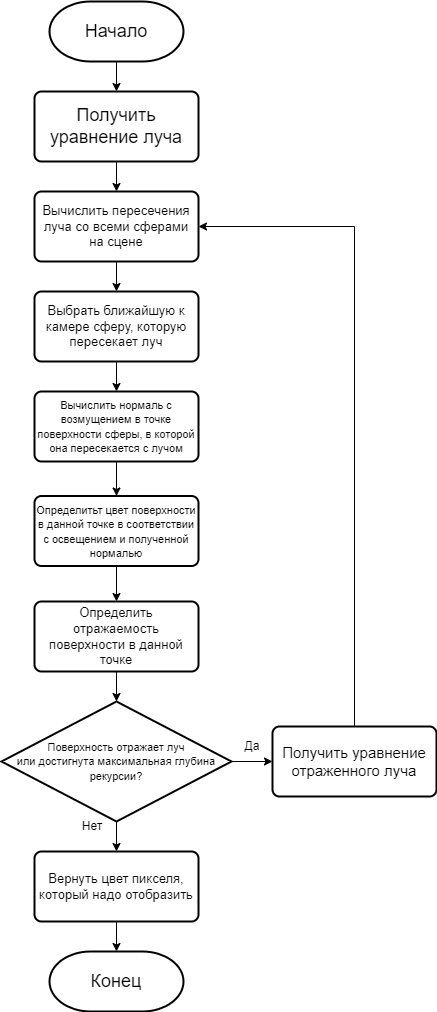
Earlier version of the draw.io export report/include/2-10.drawio.png (ooosae/BMSTU-5-CG). Source tidied: cells renumbered, new cells last; positions are measured from the earlier drawing's top-left corner, leaving out a move shared by most shapes.
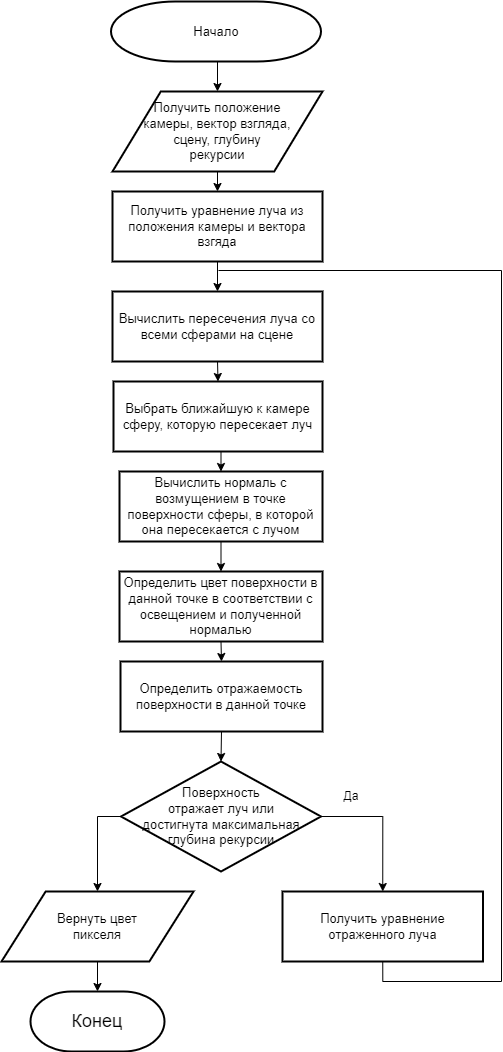
After the change.

Change to the diagram source:
```diff
@@ -2,77 +2,87 @@
   <root>
     <mxCell id="0" />
     <mxCell id="1" parent="0" />
-    <mxCell id="2" style="edgeStyle=orthogonalEdgeStyle;rounded=0;jettySize=auto;html=1;exitX=0.5;exitY=1;exitDx=0;exitDy=0;exitPerimeter=0;" parent="1" edge="1" source="3" target="5">
-      <mxGeometry relative="1" as="geometry" />
-    </mxCell>
+    <mxCell id="26" style="edgeStyle=orthogonalEdgeStyle;rounded=0;jettySize=auto;html=1;exitX=0.5;exitY=1;exitDx=0;exitDy=0;exitPerimeter=0;entryX=0.5;entryY=0;entryDx=0;entryDy=0;" parent="1" edge="1" source="3" target="28">
+      <mxGeometry relative="1" as="geometry" />
+    </mxCell>
-    <mxCell id="3" value="&lt;font style=&quot;font-size: 18px;&quot;&gt;Начало&lt;/font&gt;" style="strokeWidth=2;html=1;shape=mxgraph.flowchart.terminator;whiteSpace=wrap;" parent="1" vertex="1">
-      <mxGeometry x="48" width="134" height="60" as="geometry" />
+    <mxCell id="3" value="&lt;font style=&quot;font-size: 13px;&quot;&gt;Начало&lt;/font&gt;" style="strokeWidth=2;html=1;shape=mxgraph.flowchart.terminator;whiteSpace=wrap;" parent="1" vertex="1">
+      <mxGeometry x="10.5" y="-130" width="210" height="60" as="geometry" />
     </mxCell>
     <mxCell id="4" style="edgeStyle=orthogonalEdgeStyle;rounded=0;jettySize=auto;html=1;exitX=0.5;exitY=1;exitDx=0;exitDy=0;entryX=0.5;entryY=0;entryDx=0;entryDy=0;" parent="1" edge="1" source="5" target="7">
       <mxGeometry relative="1" as="geometry" />
     </mxCell>
-    <mxCell id="5" value="&lt;font style=&quot;font-size: 18px;&quot;&gt;Получить уравнение луча&lt;/font&gt;" style="rounded=1;whiteSpace=wrap;html=1;absoluteArcSize=1;arcSize=14;strokeWidth=2;" parent="1" vertex="1">
-      <mxGeometry x="33" y="90" width="164" height="70" as="geometry" />
+    <mxCell id="5" value="&lt;font style=&quot;font-size: 13px;&quot;&gt;Получить уравнение луча из положения камеры и вектора взгяда&lt;/font&gt;" style="rounded=0;whiteSpace=wrap;html=1;absoluteArcSize=1;arcSize=14;strokeWidth=2;" parent="1" vertex="1">
+      <mxGeometry x="12" y="60" width="210" height="70" as="geometry" />
     </mxCell>
     <mxCell id="6" style="edgeStyle=orthogonalEdgeStyle;rounded=0;jettySize=auto;html=1;exitX=0.5;exitY=1;exitDx=0;exitDy=0;entryX=0.5;entryY=0;entryDx=0;entryDy=0;" parent="1" edge="1" source="7" target="9">
       <mxGeometry relative="1" as="geometry" />
     </mxCell>
-    <mxCell id="7" value="&lt;font style=&quot;font-size: 13px;&quot;&gt;Вычислить пересечения луча со всеми сферами на сцене&lt;/font&gt;" style="rounded=1;whiteSpace=wrap;html=1;absoluteArcSize=1;arcSize=14;strokeWidth=2;" parent="1" vertex="1">
-      <mxGeometry x="33" y="190" width="164" height="70" as="geometry" />
+    <mxCell id="7" value="&lt;font style=&quot;font-size: 13px;&quot;&gt;Вычислить пересечения луча со всеми сферами на сцене&lt;/font&gt;" style="rounded=0;whiteSpace=wrap;html=1;absoluteArcSize=1;arcSize=14;strokeWidth=2;" parent="1" vertex="1">
+      <mxGeometry x="12" y="160" width="210" height="70" as="geometry" />
     </mxCell>
     <mxCell id="8" style="edgeStyle=orthogonalEdgeStyle;rounded=0;jettySize=auto;html=1;exitX=0.5;exitY=1;exitDx=0;exitDy=0;entryX=0.5;entryY=0;entryDx=0;entryDy=0;" parent="1" edge="1" source="9" target="11">
       <mxGeometry relative="1" as="geometry" />
     </mxCell>
-    <mxCell id="9" value="&lt;font style=&quot;font-size: 13px;&quot;&gt;Выбрать ближайшую к камере сферу, которую пересекает луч&lt;/font&gt;" style="rounded=1;whiteSpace=wrap;html=1;absoluteArcSize=1;arcSize=14;strokeWidth=2;" parent="1" vertex="1">
-      <mxGeometry x="33" y="290" width="164" height="70" as="geometry" />
+    <mxCell id="9" value="&lt;font style=&quot;font-size: 13px;&quot;&gt;Выбрать ближайшую к камере сферу, которую пересекает луч&lt;/font&gt;" style="rounded=0;whiteSpace=wrap;html=1;absoluteArcSize=1;arcSize=14;strokeWidth=2;" parent="1" vertex="1">
+      <mxGeometry x="13" y="250" width="209" height="70" as="geometry" />
     </mxCell>
     <mxCell id="10" style="edgeStyle=orthogonalEdgeStyle;rounded=0;jettySize=auto;html=1;exitX=0.5;exitY=1;exitDx=0;exitDy=0;entryX=0.5;entryY=0;entryDx=0;entryDy=0;" parent="1" edge="1" source="11" target="13">
       <mxGeometry relative="1" as="geometry" />
     </mxCell>
-    <mxCell id="11" value="&lt;font style=&quot;font-size: 11px;&quot;&gt;Вычислить нормаль с возмущением в точке поверхности сферы, в которой она пересекается с лучом&lt;/font&gt;" style="rounded=1;whiteSpace=wrap;html=1;absoluteArcSize=1;arcSize=14;strokeWidth=2;" parent="1" vertex="1">
-      <mxGeometry x="33" y="390" width="164" height="70" as="geometry" />
+    <mxCell id="11" value="&lt;font style=&quot;font-size: 13px;&quot;&gt;Вычислить нормаль с возмущением в точке поверхности сферы, в которой она пересекается с лучом&lt;/font&gt;" style="rounded=0;whiteSpace=wrap;html=1;absoluteArcSize=1;arcSize=14;strokeWidth=2;" parent="1" vertex="1">
+      <mxGeometry x="19" y="340" width="203" height="70" as="geometry" />
     </mxCell>
     <mxCell id="12" style="edgeStyle=orthogonalEdgeStyle;rounded=0;jettySize=auto;html=1;exitX=0.5;exitY=1;exitDx=0;exitDy=0;entryX=0.5;entryY=0;entryDx=0;entryDy=0;" parent="1" edge="1" source="13" target="14">
       <mxGeometry relative="1" as="geometry" />
     </mxCell>
-    <mxCell id="13" value="&lt;font style=&quot;font-size: 11px;&quot;&gt;Определитьт цвет поверхности в данной точке в соответствии с освещением и полученной нормалью&lt;/font&gt;" style="rounded=1;whiteSpace=wrap;html=1;absoluteArcSize=1;arcSize=14;strokeWidth=2;" parent="1" vertex="1">
-      <mxGeometry x="33" y="494.5" width="164" height="70" as="geometry" />
+    <mxCell id="13" value="&lt;font style=&quot;font-size: 13px;&quot;&gt;Определить цвет поверхности в данной точке в соответствии с освещением и полученной нормалью&lt;/font&gt;" style="rounded=0;whiteSpace=wrap;html=1;absoluteArcSize=1;arcSize=14;strokeWidth=2;" parent="1" vertex="1">
+      <mxGeometry x="19" y="440" width="203" height="70" as="geometry" />
     </mxCell>
-    <mxCell id="14" value="&lt;font style=&quot;font-size: 13px;&quot;&gt;Определить отражаемость поверхности в данной точке&lt;/font&gt;" style="rounded=1;whiteSpace=wrap;html=1;absoluteArcSize=1;arcSize=14;strokeWidth=2;" parent="1" vertex="1">
-      <mxGeometry x="33" y="600" width="164" height="70" as="geometry" />
+    <mxCell id="14" value="&lt;font style=&quot;font-size: 13px;&quot;&gt;Определить отражаемость поверхности в данной точке&lt;/font&gt;" style="rounded=0;whiteSpace=wrap;html=1;absoluteArcSize=1;arcSize=14;strokeWidth=2;" parent="1" vertex="1">
+      <mxGeometry x="20" y="530" width="202" height="70" as="geometry" />
     </mxCell>
-    <mxCell id="15" style="edgeStyle=orthogonalEdgeStyle;rounded=0;jettySize=auto;html=1;exitX=1;exitY=0.5;exitDx=0;exitDy=0;exitPerimeter=0;entryX=0;entryY=0.5;entryDx=0;entryDy=0;" parent="1" edge="1" source="17" target="22">
+    <mxCell id="15" style="edgeStyle=orthogonalEdgeStyle;rounded=0;jettySize=auto;html=1;exitX=1;exitY=0.5;exitDx=0;exitDy=0;exitPerimeter=0;entryX=0.5;entryY=0;entryDx=0;entryDy=0;" parent="1" edge="1" source="17" target="22">
       <mxGeometry relative="1" as="geometry" />
     </mxCell>
-    <mxCell id="16" style="edgeStyle=orthogonalEdgeStyle;rounded=0;jettySize=auto;html=1;exitX=0.5;exitY=1;exitDx=0;exitDy=0;exitPerimeter=0;entryX=0.5;entryY=0;entryDx=0;entryDy=0;" parent="1" edge="1" source="17" target="19">
+    <mxCell id="16" style="edgeStyle=orthogonalEdgeStyle;rounded=0;jettySize=auto;html=1;exitX=0;exitY=0.5;exitDx=0;exitDy=0;exitPerimeter=0;entryX=0.5;entryY=0;entryDx=0;entryDy=0;" parent="1" edge="1" source="17" target="29">
       <mxGeometry relative="1" as="geometry" />
     </mxCell>
-    <mxCell id="17" value="&lt;font style=&quot;font-size: 11px;&quot;&gt;Поверхность отражает луч&lt;/font&gt;&lt;div&gt;&lt;font style=&quot;font-size: 11px;&quot;&gt;или достигнута максимальная глубина рекурсии?&lt;/font&gt;&lt;/div&gt;" style="strokeWidth=2;html=1;shape=mxgraph.flowchart.decision;whiteSpace=wrap;" parent="1" vertex="1">
-      <mxGeometry y="700" width="230" height="120" as="geometry" />
+    <mxCell id="17" value="&lt;font style=&quot;font-size: 13px;&quot;&gt;Поверхность&lt;/font&gt;&lt;div&gt;&lt;font style=&quot;font-size: 13px;&quot;&gt;отражает&amp;nbsp;&lt;/font&gt;&lt;font style=&quot;background-color: initial; font-size: 13px;&quot;&gt;луч&amp;nbsp;&lt;/font&gt;&lt;span style=&quot;background-color: initial; font-size: 13px;&quot;&gt;или&lt;/span&gt;&lt;/div&gt;&lt;div&gt;&lt;span style=&quot;background-color: initial; font-size: 13px;&quot;&gt;достигнута&amp;nbsp;&lt;/span&gt;&lt;span style=&quot;font-size: 13px; background-color: initial;&quot;&gt;максимальная глубина&amp;nbsp;&lt;/span&gt;&lt;span style=&quot;font-size: 13px; background-color: initial;&quot;&gt;рекурсии&lt;/span&gt;&lt;/div&gt;" style="strokeWidth=2;html=1;shape=mxgraph.flowchart.decision;whiteSpace=wrap;" parent="1" vertex="1">
+      <mxGeometry x="20.5" y="630" width="200" height="110" as="geometry" />
     </mxCell>
-    <mxCell id="18" style="edgeStyle=orthogonalEdgeStyle;rounded=0;jettySize=auto;html=1;" parent="1" edge="1" source="19" target="20">
-      <mxGeometry relative="1" as="geometry" />
-    </mxCell>
-    <mxCell id="19" value="&lt;font style=&quot;font-size: 13px;&quot;&gt;Вернуть цвет пикселя, который надо отобразить&lt;/font&gt;" style="rounded=1;whiteSpace=wrap;html=1;absoluteArcSize=1;arcSize=14;strokeWidth=2;" parent="1" vertex="1">
-      <mxGeometry x="33" y="850" width="164" height="70" as="geometry" />
-    </mxCell>
     <mxCell id="20" value="&lt;font style=&quot;font-size: 18px;&quot;&gt;Конец&lt;/font&gt;" style="strokeWidth=2;html=1;shape=mxgraph.flowchart.terminator;whiteSpace=wrap;" parent="1" vertex="1">
-      <mxGeometry x="48" y="950" width="134" height="60" as="geometry" />
+      <mxGeometry x="-70" y="860" width="134" height="60" as="geometry" />
     </mxCell>
-    <mxCell id="21" style="edgeStyle=orthogonalEdgeStyle;rounded=0;jettySize=auto;html=1;exitX=0.5;exitY=0;exitDx=0;exitDy=0;entryX=1;entryY=0.5;entryDx=0;entryDy=0;" parent="1" edge="1" source="22" target="7">
-      <mxGeometry relative="1" as="geometry" />
-    </mxCell>
-    <mxCell id="22" value="&lt;font style=&quot;font-size: 15px;&quot;&gt;Получить уравнение отраженного луча&lt;/font&gt;" style="rounded=1;whiteSpace=wrap;html=1;absoluteArcSize=1;arcSize=14;strokeWidth=2;" parent="1" vertex="1">
-      <mxGeometry x="271" y="725" width="164" height="70" as="geometry" />
+    <mxCell id="22" value="&lt;font style=&quot;font-size: 13px;&quot;&gt;Получить уравнение отраженного луча&lt;/font&gt;" style="rounded=0;whiteSpace=wrap;html=1;absoluteArcSize=1;arcSize=14;strokeWidth=2;" parent="1" vertex="1">
+      <mxGeometry x="182" y="760" width="200.5" height="70" as="geometry" />
     </mxCell>
     <mxCell id="23" style="edgeStyle=orthogonalEdgeStyle;rounded=0;jettySize=auto;html=1;exitX=0.5;exitY=1;exitDx=0;exitDy=0;entryX=0.5;entryY=0;entryDx=0;entryDy=0;entryPerimeter=0;" parent="1" edge="1" source="14" target="17">
       <mxGeometry relative="1" as="geometry" />
     </mxCell>
     <mxCell id="24" value="Да" style="text;html=1;align=center;verticalAlign=middle;whiteSpace=wrap;rounded=0;" parent="1" vertex="1">
-      <mxGeometry x="221" y="730" width="60" height="30" as="geometry" />
+      <mxGeometry x="220.5" y="650" width="60" height="30" as="geometry" />
     </mxCell>
-    <mxCell id="25" value="Нет" style="text;html=1;align=center;verticalAlign=middle;whiteSpace=wrap;rounded=0;" parent="1" vertex="1">
-      <mxGeometry x="61" y="810" width="60" height="30" as="geometry" />
-    </mxCell>
+    <mxCell id="27" style="edgeStyle=orthogonalEdgeStyle;rounded=0;jettySize=auto;html=1;exitX=0.5;exitY=1;exitDx=0;exitDy=0;entryX=0.5;entryY=0;entryDx=0;entryDy=0;" parent="1" edge="1" source="28" target="5">
+      <mxGeometry relative="1" as="geometry" />
+    </mxCell>
+    <mxCell id="28" value="&lt;font style=&quot;font-size: 13px;&quot;&gt;Получить положение&lt;/font&gt;&lt;div&gt;&lt;font style=&quot;font-size: 13px;&quot;&gt;камеры,&amp;nbsp;&lt;/font&gt;&lt;span style=&quot;font-size: 13px; background-color: initial;&quot;&gt;вектор взгляда,&lt;/span&gt;&lt;/div&gt;&lt;div&gt;&lt;span style=&quot;font-size: 13px; background-color: initial;&quot;&gt;сцену,&amp;nbsp;&lt;/span&gt;&lt;span style=&quot;font-size: 13px; background-color: initial;&quot;&gt;глубину&lt;/span&gt;&lt;/div&gt;&lt;div&gt;&lt;span style=&quot;font-size: 13px; background-color: initial;&quot;&gt;рекурсии&lt;/span&gt;&lt;/div&gt;" style="shape=parallelogram;html=1;strokeWidth=2;perimeter=parallelogramPerimeter;whiteSpace=wrap;rounded=0;arcSize=12;size=0.23;" parent="1" vertex="1">
+      <mxGeometry x="12" y="-40" width="210" height="80" as="geometry" />
+    </mxCell>
+    <mxCell id="29" value="&lt;div&gt;&lt;span style=&quot;font-size: 13px;&quot;&gt;Вернуть цвет&lt;/span&gt;&lt;/div&gt;&lt;div&gt;&lt;span style=&quot;font-size: 13px;&quot;&gt;пикселя&lt;/span&gt;&lt;/div&gt;" style="shape=parallelogram;html=1;strokeWidth=2;perimeter=parallelogramPerimeter;whiteSpace=wrap;rounded=0;arcSize=12;size=0.23;" parent="1" vertex="1">
+      <mxGeometry x="-99" y="760" width="192" height="70" as="geometry" />
+    </mxCell>
+    <mxCell id="30" style="edgeStyle=orthogonalEdgeStyle;rounded=0;jettySize=auto;html=1;exitX=0.5;exitY=1;exitDx=0;exitDy=0;entryX=0.5;entryY=0;entryDx=0;entryDy=0;entryPerimeter=0;" parent="1" edge="1" source="29" target="20">
+      <mxGeometry relative="1" as="geometry" />
+    </mxCell>
+    <mxCell id="31" style="edgeStyle=orthogonalEdgeStyle;rounded=0;jettySize=auto;html=1;exitX=0.5;exitY=1;exitDx=0;exitDy=0;endArrow=none;endFill=0;" parent="1" edge="1" source="22">
+      <mxGeometry relative="1" as="geometry">
+        <mxPoint x="118" y="139" as="targetPoint" />
+        <Array as="points">
+          <mxPoint x="282" y="850" />
+          <mxPoint x="401" y="850" />
+          <mxPoint x="401" y="139" />
+        </Array>
+      </mxGeometry>
+    </mxCell>
   </root>
 </mxGraphModel>
```
